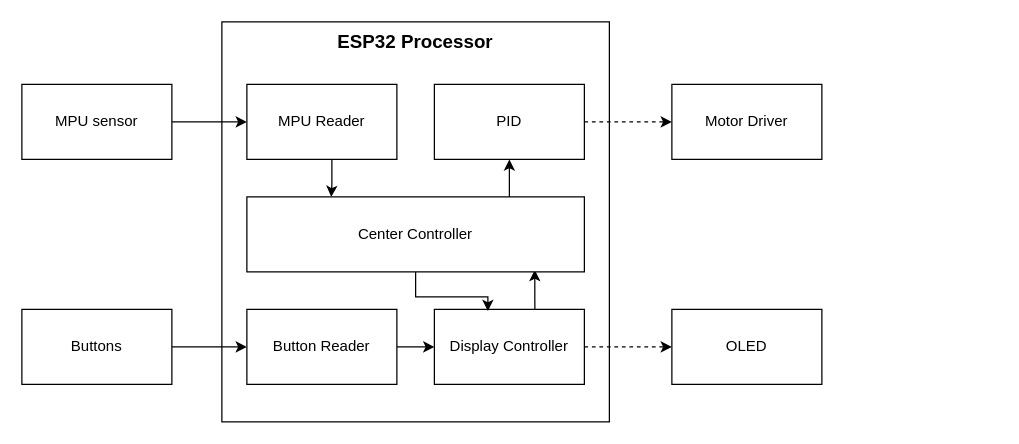
Before: page "Sumary block" (1 of 3) of diagrams/SBR_blockDiagram.drawio in Vinh1222001/Self_balancing_Robot, a draw.io diagram. Source tidied: cells renumbered, new cells numbered last; positions are measured from the earlier drawing's top-left corner, leaving out a move shared by most shapes. Both pictures are drawn from the tidied source at 125%, with x=0, y=0 at pixel (21, 21).
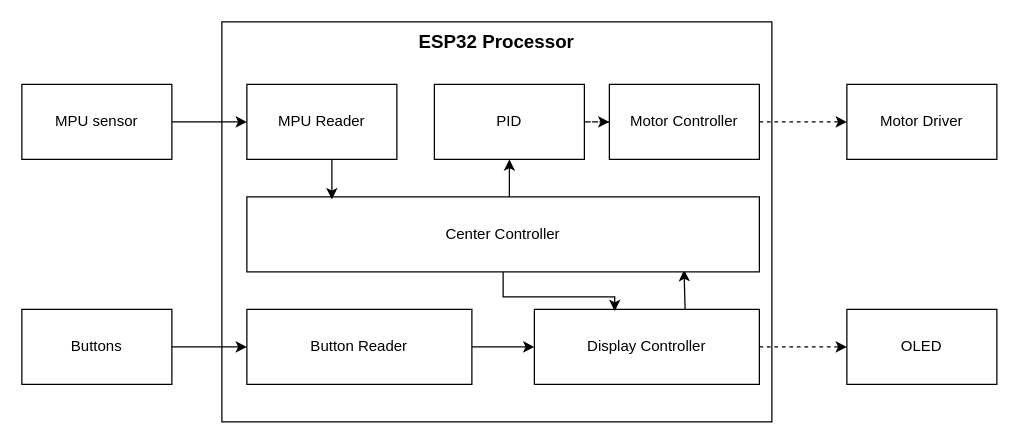
The same page after the edit.

The change refers to these unchanged cells:
```xml
<mxCell id="6" value="PID" style="rounded=0;whiteSpace=wrap;html=1;" parent="1" vertex="1">
  <mxGeometry x="330" y="50" width="120" height="60" as="geometry" />
</mxCell>
<mxCell id="18" value="MPU Reader" style="rounded=0;whiteSpace=wrap;html=1;" parent="1" vertex="1">
  <mxGeometry x="180" y="50" width="120" height="60" as="geometry" />
</mxCell>
```

What changed in the source:
```diff
@@
     <mxCell id="2" value="&lt;font style=&quot;font-size: 15px;&quot;&gt;&lt;b&gt;ESP32 Processor&lt;/b&gt;&lt;/font&gt;" style="rounded=0;whiteSpace=wrap;html=1;verticalAlign=top;" parent="1" vertex="1">
-      <mxGeometry x="160" width="310" height="320" as="geometry" />
+      <mxGeometry x="160" width="440" height="320" as="geometry" />
     </mxCell>
@@
-    <mxCell id="5" style="edgeStyle=orthogonalEdgeStyle;rounded=0;jettySize=auto;html=1;entryX=0;entryY=0.5;entryDx=0;entryDy=0;dashed=1;" parent="1" edge="1" source="6" target="7">
+    <mxCell id="5" style="edgeStyle=orthogonalEdgeStyle;rounded=0;jettySize=auto;html=1;entryX=0;entryY=0.5;entryDx=0;entryDy=0;dashed=1;" parent="1" edge="1" source="22" target="7">
       <mxGeometry relative="1" as="geometry" />
     </mxCell>
@@
     <mxCell id="7" value="Motor Driver" style="rounded=0;whiteSpace=wrap;html=1;" parent="1" vertex="1">
-      <mxGeometry x="520" y="50" width="120" height="60" as="geometry" />
+      <mxGeometry x="660" y="50" width="120" height="60" as="geometry" />
     </mxCell>
@@
     <mxCell id="10" value="OLED" style="rounded=0;whiteSpace=wrap;html=1;" parent="1" vertex="1">
-      <mxGeometry x="520" y="230" width="120" height="60" as="geometry" />
+      <mxGeometry x="660" y="230" width="120" height="60" as="geometry" />
     </mxCell>
@@
     <mxCell id="13" value="Display Controller" style="rounded=0;whiteSpace=wrap;html=1;" parent="1" vertex="1">
-      <mxGeometry x="330" y="230" width="120" height="60" as="geometry" />
+      <mxGeometry x="410" y="230" width="180" height="60" as="geometry" />
     </mxCell>
@@
     <mxCell id="16" value="Center Controller" style="rounded=0;whiteSpace=wrap;html=1;" parent="1" vertex="1">
-      <mxGeometry x="180" y="140" width="270" height="60" as="geometry" />
+      <mxGeometry x="180" y="140" width="410" height="60" as="geometry" />
     </mxCell>
-    <mxCell id="17" style="edgeStyle=orthogonalEdgeStyle;rounded=0;jettySize=auto;html=1;entryX=0.25;entryY=0;entryDx=0;entryDy=0;" parent="1" edge="1" source="18" target="16">
+    <mxCell id="17" style="edgeStyle=orthogonalEdgeStyle;rounded=0;jettySize=auto;html=1;" parent="1" edge="1" source="18">
       <mxGeometry relative="1" as="geometry">
+        <mxPoint x="248" y="142" as="targetPoint" />
         <Array as="points">
-          <mxPoint x="248" y="130" />
-          <mxPoint x="248" y="130" />
+          <mxPoint x="248" y="142" />
         </Array>
       </mxGeometry>
     </mxCell>
@@
     <mxCell id="20" value="Button Reader" style="rounded=0;whiteSpace=wrap;html=1;" parent="1" vertex="1">
-      <mxGeometry x="180" y="230" width="120" height="60" as="geometry" />
+      <mxGeometry x="180" y="230" width="180" height="60" as="geometry" />
     </mxCell>
+    <mxCell id="21" style="edgeStyle=orthogonalEdgeStyle;rounded=0;jettySize=auto;html=1;entryX=0;entryY=0.5;entryDx=0;entryDy=0;dashed=1;" parent="1" edge="1" source="6" target="22">
+      <mxGeometry relative="1" as="geometry" />
+    </mxCell>
+    <mxCell id="22" value="Motor Controller" style="rounded=0;whiteSpace=wrap;html=1;" parent="1" vertex="1">
+      <mxGeometry x="470" y="50" width="120" height="60" as="geometry" />
+    </mxCell>
```
